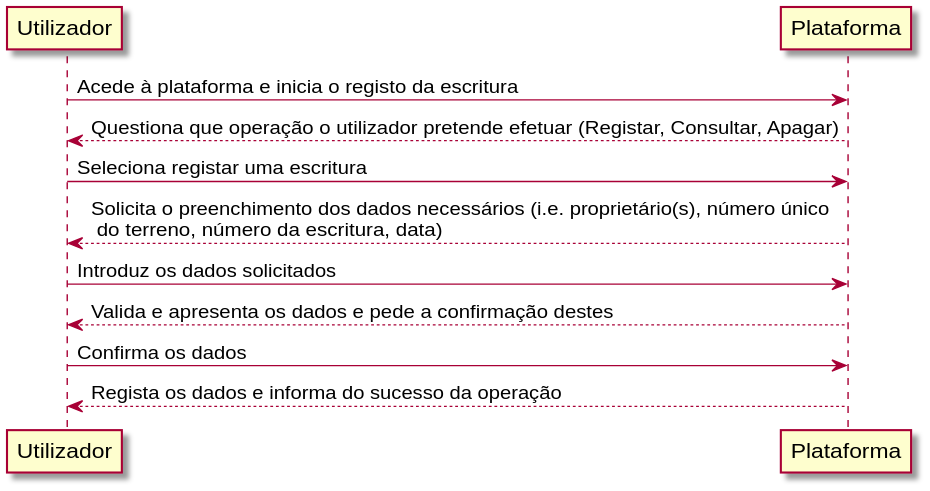
Earlier version of the PlantUML export documentation/CasosDeUso/UC3-RegistoDeTerrenos/UC3_SSD.svg (UPskillDOTNET/G4_Sprint1).
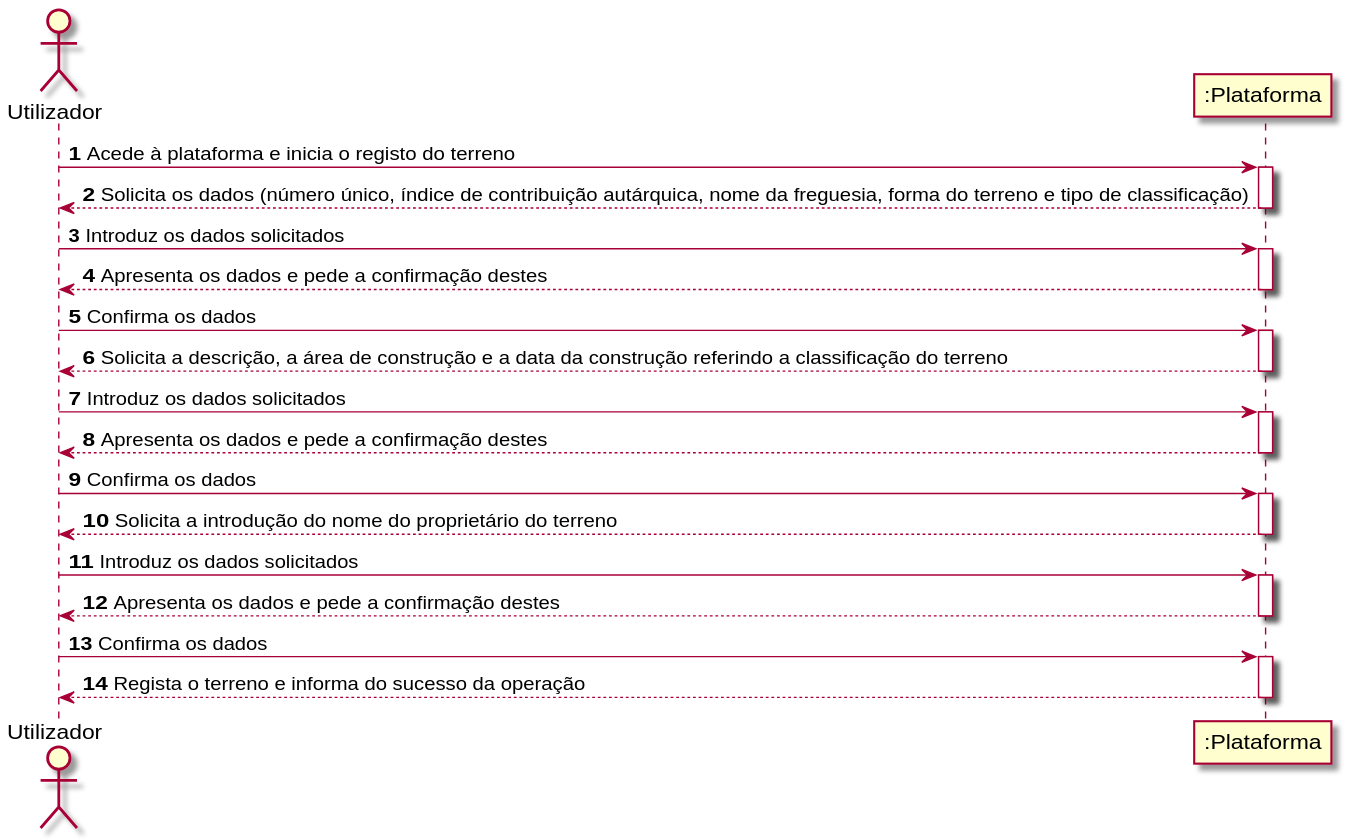
Later version of the same file.

Diff of the diagram source:
```diff
@@ -1,13 +1,45 @@
 @startuml
-Utilizador -> Plataforma: Acede à plataforma e inicia o registo da escritura
-Plataforma --> Utilizador: Questiona que operação o utilizador pretende efetuar (Registar, Consultar, Apagar)
+autonumber
 
-Utilizador -> Plataforma: Seleciona registar uma escritura
-Plataforma --> Utilizador: Solicita o preenchimento dos dados necessários (i.e. proprietário(s), número único \n do terreno, número da escritura, data)
+actor "Utilizador"
 
-Utilizador -> Plataforma: Introduz os dados solicitados
-Plataforma --> Utilizador: Valida e apresenta os dados e pede a confirmação destes
+Utilizador -> ":Plataforma" : Acede à plataforma e inicia o registo do terreno
+activate ":Plataforma"
+":Plataforma" --> Utilizador: Solicita os dados (número único, índice de contribuição autárquica, nome da freguesia, forma do terreno e tipo de classificação)
+deactivate ":Plataforma"
 
-Utilizador -> Plataforma: Confirma os dados
-Plataforma --> Utilizador: Regista os dados e informa do sucesso da operação
+Utilizador -> ":Plataforma" : Introduz os dados solicitados
+activate ":Plataforma"
+":Plataforma" --> Utilizador: Apresenta os dados e pede a confirmação destes
+
+deactivate ":Plataforma"
+
+Utilizador ->":Plataforma" : Confirma os dados
+activate ":Plataforma"
+":Plataforma" --> Utilizador:Solicita a descrição, a área de construção e a data da construção referindo a classificação do terreno
+deactivate ":Plataforma"
+
+Utilizador -> ":Plataforma" :Introduz os dados solicitados
+activate ":Plataforma"
+":Plataforma" --> Utilizador: Apresenta os dados e pede a confirmação destes
+deactivate ":Plataforma"
+
+Utilizador -> ":Plataforma" :Confirma os dados
+activate ":Plataforma"
+":Plataforma" --> Utilizador: Solicita a introdução do nome do proprietário do terreno
+
+deactivate ":Plataforma"
+
+Utilizador -> ":Plataforma" :Introduz os dados solicitados
+activate ":Plataforma"
+":Plataforma" --> Utilizador: Apresenta os dados e pede a confirmação destes
+deactivate ":Plataforma"
+
+Utilizador -> ":Plataforma" :Confirma os dados
+activate ":Plataforma"
+":Plataforma" --> Utilizador: Regista o terreno e informa do sucesso da operação
+
+deactivate ":Plataforma"
+
+deactivate "Utilizador"
 @enduml
```
